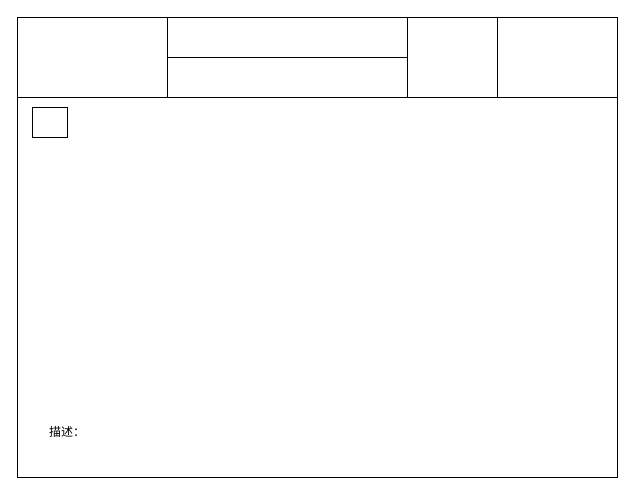
Before: page "装饰模式" (11 of 23) of 设计模式/设计模式.drawio in damaoguo/Architect, a draw.io diagram. Source tidied: cells renumbered, new cells numbered last; positions are measured from the earlier drawing's top-left corner, leaving out a move shared by most shapes. Both pictures are drawn from the tidied source at 100%, with x=0, y=0 at pixel (17, 17).
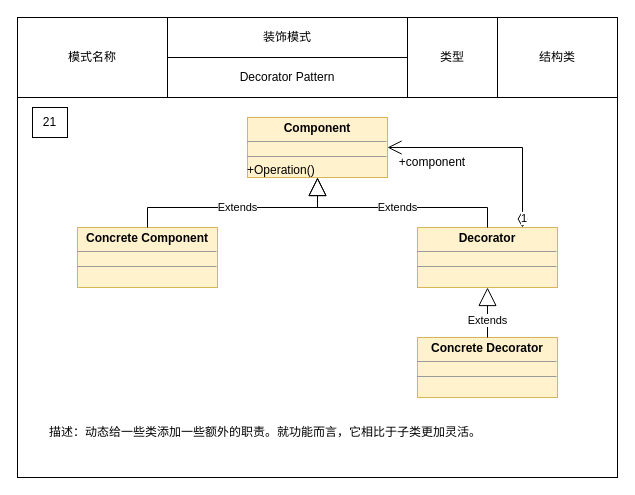
The same page after the edit.

The change refers to these unchanged cells:
```xml
<mxCell id="2" style="group;" parent="1" vertex="1">
  <mxGeometry width="600" height="460" as="geometry" />
</mxCell>
```

Change to the diagram source:
```diff
@@
-    <mxCell id="5" style="rounded=0;whiteSpace=wrap;html=1;" parent="2" vertex="1">
+    <mxCell id="5" value="模式名称" style="rounded=0;whiteSpace=wrap;html=1;" parent="2" vertex="1">
       <mxGeometry width="150" height="80" as="geometry" />
     </mxCell>
-    <mxCell id="6" style="rounded=0;whiteSpace=wrap;html=1;" parent="2" vertex="1">
+    <mxCell id="6" value="装饰模式" style="rounded=0;whiteSpace=wrap;html=1;" parent="2" vertex="1">
       <mxGeometry x="150" width="240" height="40" as="geometry" />
     </mxCell>
-    <mxCell id="7" style="rounded=0;whiteSpace=wrap;html=1;" parent="2" vertex="1">
+    <mxCell id="7" value="Decorator Pattern" style="rounded=0;whiteSpace=wrap;html=1;" parent="2" vertex="1">
       <mxGeometry x="150" y="40" width="240" height="40" as="geometry" />
     </mxCell>
-    <mxCell id="8" style="rounded=0;whiteSpace=wrap;html=1;" parent="2" vertex="1">
+    <mxCell id="8" value="类型" style="rounded=0;whiteSpace=wrap;html=1;" parent="2" vertex="1">
       <mxGeometry x="390" width="90" height="80" as="geometry" />
     </mxCell>
-    <mxCell id="9" style="rounded=0;whiteSpace=wrap;html=1;" parent="2" vertex="1">
+    <mxCell id="9" value="21" style="rounded=0;whiteSpace=wrap;html=1;" parent="2" vertex="1">
       <mxGeometry x="15" y="90" width="35" height="30" as="geometry" />
     </mxCell>
-    <mxCell id="10" value="描述：" style="text;html=1;strokeColor=none;fillColor=none;align=left;verticalAlign=middle;whiteSpace=wrap;rounded=0;" parent="2" vertex="1">
+    <mxCell id="10" value="描述：动态给一些类添加一些额外的职责。就功能而言，它相比于子类更加灵活。" style="text;html=1;strokeColor=none;fillColor=none;align=left;verticalAlign=middle;whiteSpace=wrap;rounded=0;" parent="2" vertex="1">
       <mxGeometry x="30" y="400" width="540" height="30" as="geometry" />
     </mxCell>
+    <mxCell id="11" value="结构类" style="rounded=0;whiteSpace=wrap;html=1;" parent="2" vertex="1">
+      <mxGeometry x="480" width="120" height="80" as="geometry" />
+    </mxCell>
+    <mxCell id="12" value="&lt;p style=&quot;margin: 0px ; margin-top: 4px ; text-align: center&quot;&gt;&lt;b&gt;Component&lt;/b&gt;&lt;/p&gt;&lt;hr size=&quot;1&quot;&gt;&lt;div style=&quot;height: 2px&quot;&gt;&lt;/div&gt;&lt;hr size=&quot;1&quot;&gt;&lt;div style=&quot;height: 2px&quot;&gt;+Operation()&lt;/div&gt;" style="verticalAlign=top;align=left;overflow=fill;fontSize=12;fontFamily=Helvetica;html=1;fillColor=#fff2cc;strokeColor=#d6b656;" parent="2" vertex="1">
+      <mxGeometry x="230" y="100" width="140" height="60" as="geometry" />
+    </mxCell>
+    <mxCell id="13" value="&lt;p style=&quot;margin: 0px ; margin-top: 4px ; text-align: center&quot;&gt;&lt;b&gt;Concrete Component&lt;/b&gt;&lt;/p&gt;&lt;hr size=&quot;1&quot;&gt;&lt;div style=&quot;height: 2px&quot;&gt;&lt;/div&gt;&lt;hr size=&quot;1&quot;&gt;&lt;div style=&quot;height: 2px&quot;&gt;&lt;/div&gt;" style="verticalAlign=top;align=left;overflow=fill;fontSize=12;fontFamily=Helvetica;html=1;fillColor=#fff2cc;strokeColor=#d6b656;" parent="2" vertex="1">
+      <mxGeometry x="60" y="210" width="140" height="60" as="geometry" />
+    </mxCell>
+    <mxCell id="14" value="&lt;p style=&quot;margin: 0px ; margin-top: 4px ; text-align: center&quot;&gt;&lt;b&gt;Decorator&lt;/b&gt;&lt;/p&gt;&lt;hr size=&quot;1&quot;&gt;&lt;div style=&quot;height: 2px&quot;&gt;&lt;/div&gt;&lt;hr size=&quot;1&quot;&gt;&lt;div style=&quot;height: 2px&quot;&gt;&lt;/div&gt;" style="verticalAlign=top;align=left;overflow=fill;fontSize=12;fontFamily=Helvetica;html=1;fillColor=#fff2cc;strokeColor=#d6b656;" parent="2" vertex="1">
+      <mxGeometry x="400" y="210" width="140" height="60" as="geometry" />
+    </mxCell>
+    <mxCell id="15" value="&lt;p style=&quot;margin: 0px ; margin-top: 4px ; text-align: center&quot;&gt;&lt;b&gt;Concrete Decorator&lt;/b&gt;&lt;/p&gt;&lt;hr size=&quot;1&quot;&gt;&lt;div style=&quot;height: 2px&quot;&gt;&lt;/div&gt;&lt;hr size=&quot;1&quot;&gt;&lt;div style=&quot;height: 2px&quot;&gt;&lt;/div&gt;" style="verticalAlign=top;align=left;overflow=fill;fontSize=12;fontFamily=Helvetica;html=1;fillColor=#fff2cc;strokeColor=#d6b656;" parent="2" vertex="1">
+      <mxGeometry x="400" y="320" width="140" height="60" as="geometry" />
+    </mxCell>
+    <mxCell id="16" value="Extends" style="endArrow=block;endSize=16;endFill=0;html=1;rounded=0;edgeStyle=orthogonalEdgeStyle;exitX=0.5;exitY=0;exitDx=0;exitDy=0;entryX=0.5;entryY=1;entryDx=0;entryDy=0;" parent="2" edge="1" source="15" target="14">
+      <mxGeometry x="-0.33" relative="1" as="geometry">
+        <Array as="points">
+          <mxPoint x="470" y="300" />
+          <mxPoint x="470" y="300" />
+        </Array>
+      </mxGeometry>
+    </mxCell>
+    <mxCell id="17" value="Extends" style="endArrow=block;endSize=16;endFill=0;html=1;rounded=0;edgeStyle=orthogonalEdgeStyle;exitX=0.5;exitY=0;exitDx=0;exitDy=0;entryX=0.5;entryY=1;entryDx=0;entryDy=0;" parent="2" edge="1" source="13" target="12">
+      <mxGeometry relative="1" as="geometry">
+        <Array as="points">
+          <mxPoint x="130" y="190" />
+          <mxPoint x="300" y="190" />
+        </Array>
+      </mxGeometry>
+    </mxCell>
+    <mxCell id="18" value="1" style="endArrow=open;html=1;endSize=12;startArrow=diamondThin;startSize=14;startFill=0;edgeStyle=orthogonalEdgeStyle;align=left;verticalAlign=bottom;rounded=0;entryX=1;entryY=0.5;entryDx=0;entryDy=0;exitX=0.75;exitY=0;exitDx=0;exitDy=0;" parent="2" edge="1" source="14" target="12">
+      <mxGeometry x="-1" y="3" relative="1" as="geometry" />
+    </mxCell>
+    <mxCell id="19" value="+component" style="text;html=1;strokeColor=none;fillColor=none;align=center;verticalAlign=middle;whiteSpace=wrap;rounded=0;" parent="2" vertex="1">
+      <mxGeometry x="370" y="130" width="90" height="30" as="geometry" />
+    </mxCell>
+    <mxCell id="20" value="Extends" style="endArrow=block;endSize=16;endFill=0;html=1;rounded=0;edgeStyle=orthogonalEdgeStyle;exitX=0.5;exitY=0;exitDx=0;exitDy=0;" parent="1" edge="1" source="14">
+      <mxGeometry relative="1" as="geometry">
+        <mxPoint x="300" y="160" as="targetPoint" />
+        <Array as="points">
+          <mxPoint x="470" y="190" />
+          <mxPoint x="300" y="190" />
+        </Array>
+      </mxGeometry>
+    </mxCell>
```
